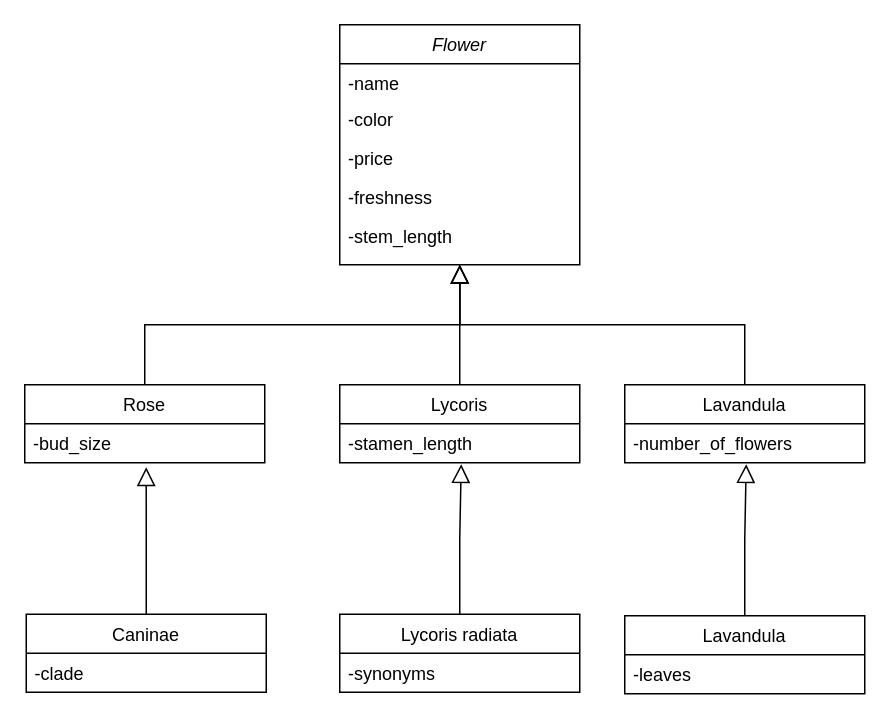
Earlier version of the draw.io diagram Lab3.drawio (BakhirevKirill/draw-io). Source tidied: cells renumbered, new cells numbered last; positions are measured from the earlier drawing's top-left corner, leaving out a move shared by most shapes. Both pictures are drawn from the tidied source at 150%, with x=0, y=0 at pixel (24, 24).
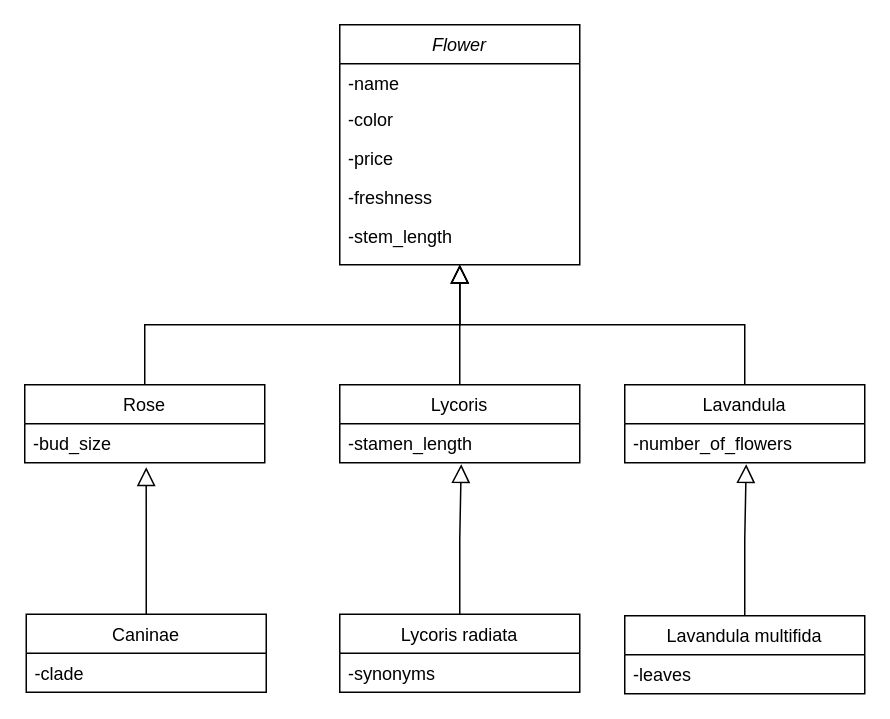
Above is the later version.

Diff of the diagram source:
```diff
@@
-    <mxCell id="23" value="Lavandula" style="swimlane;fontStyle=0;align=center;verticalAlign=top;horizontal=1;startSize=26;rounded=0;shadow=0;strokeWidth=1;" parent="1" vertex="1">
+    <mxCell id="23" value="Lavandula multifida" style="swimlane;fontStyle=0;align=center;verticalAlign=top;horizontal=1;startSize=26;rounded=0;shadow=0;strokeWidth=1;" parent="1" vertex="1">
       <mxGeometry x="400" y="394" width="160" height="52" as="geometry" />
     </mxCell>
```
